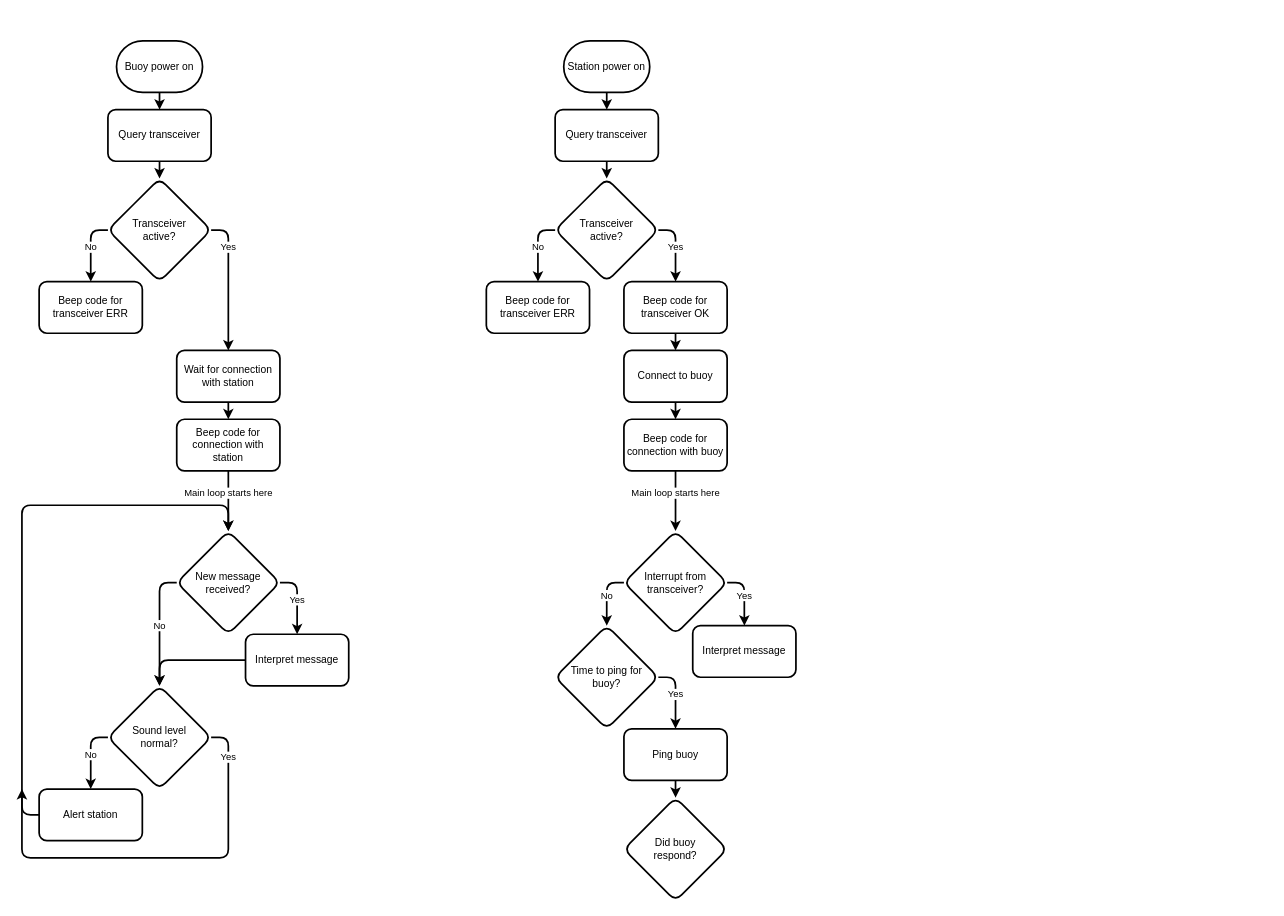
Above: page "Flowchart" (2 of 2) of notes/buoy-blueprint.drawio in Cyphred/boom-buoy (draw.io), before the change. Source tidied: cells renumbered, new cells numbered last; positions are measured from the earlier drawing's top-left corner, leaving out a move shared by most shapes. Both pictures are drawn from the tidied source at 86%, with x=0, y=0 at pixel (22, 40).
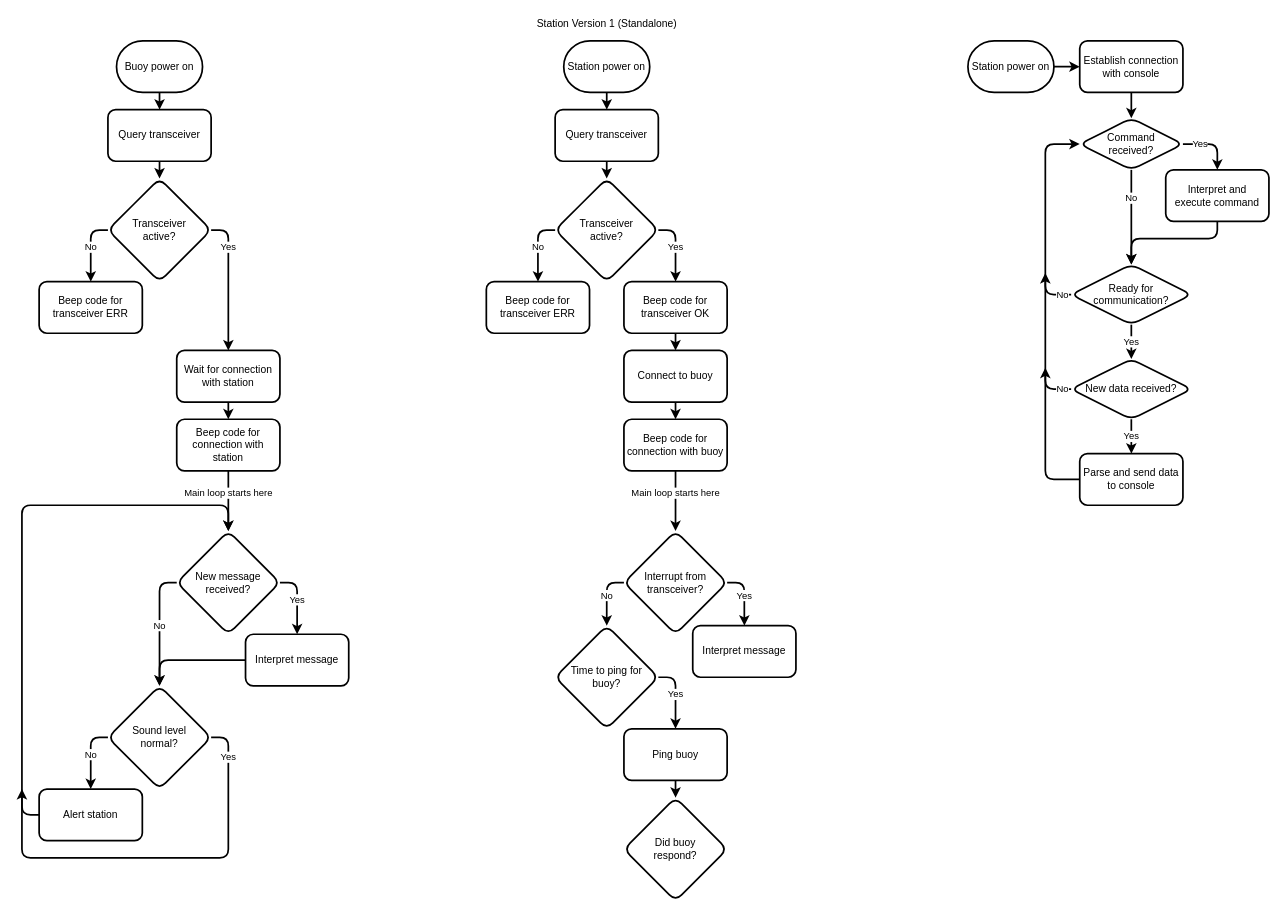
The same diagram, later.

Diff of the diagram source:
```diff
@@
+    <mxCell id="47" value="Station Version 1 (Standalone)" style="text;html=1;align=center;verticalAlign=middle;" parent="1" vertex="1">
+      <mxGeometry x="590" y="-30" width="180" height="20" as="geometry" />
+    </mxCell>
+    <mxCell id="48" style="edgeStyle=orthogonalEdgeStyle;rounded=1;jettySize=auto;html=1;entryX=0;entryY=0.5;entryDx=0;entryDy=0;strokeWidth=2;" parent="1" edge="1" source="49" target="51">
+      <mxGeometry relative="1" as="geometry" />
+    </mxCell>
+    <mxCell id="49" value="Station power on" style="strokeWidth=2;html=1;shape=mxgraph.flowchart.terminator;whiteSpace=wrap;" parent="1" vertex="1">
+      <mxGeometry x="1100" width="100" height="60" as="geometry" />
+    </mxCell>
+    <mxCell id="50" style="edgeStyle=orthogonalEdgeStyle;rounded=1;jettySize=auto;html=1;entryX=0.5;entryY=0;entryDx=0;entryDy=0;strokeWidth=2;" parent="1" edge="1" source="51" target="54">
+      <mxGeometry relative="1" as="geometry" />
+    </mxCell>
+    <mxCell id="51" value="Establish connection with console" style="rounded=1;whiteSpace=wrap;html=1;strokeWidth=2;" parent="1" vertex="1">
+      <mxGeometry x="1230" width="120" height="60" as="geometry" />
+    </mxCell>
+    <mxCell id="52" value="Yes" style="edgeStyle=orthogonalEdgeStyle;rounded=1;jettySize=auto;html=1;entryX=0.5;entryY=0;entryDx=0;entryDy=0;strokeWidth=2;exitX=1;exitY=0.5;exitDx=0;exitDy=0;" parent="1" edge="1" source="54" target="55">
+      <mxGeometry x="-0.43" relative="1" as="geometry" />
+    </mxCell>
+    <mxCell id="53" value="No" style="edgeStyle=orthogonalEdgeStyle;rounded=1;jettySize=auto;html=1;entryX=0.5;entryY=0;entryDx=0;entryDy=0;strokeWidth=2;" parent="1" edge="1" source="54" target="59">
+      <mxGeometry x="-0.4" relative="1" as="geometry" />
+    </mxCell>
+    <mxCell id="54" value="Command&lt;br&gt;received?" style="rhombus;whiteSpace=wrap;html=1;strokeWidth=2;fillColor=#ffffff;rounded=1;spacing=5;" parent="1" vertex="1">
+      <mxGeometry x="1230" y="90" width="120" height="60" as="geometry" />
+    </mxCell>
+    <mxCell id="55" value="Interpret and execute command" style="rounded=1;whiteSpace=wrap;html=1;strokeWidth=2;perimeterSpacing=0;spacing=5;spacingTop=0;spacingBottom=0;" parent="1" vertex="1">
+      <mxGeometry x="1330" y="150" width="120" height="60" as="geometry" />
+    </mxCell>
+    <mxCell id="56" style="endArrow=classic;html=1;strokeWidth=2;exitX=0.5;exitY=1;exitDx=0;exitDy=0;entryX=0.5;entryY=0;entryDx=0;entryDy=0;" parent="1" edge="1" source="55" target="59">
+      <mxGeometry relative="1" as="geometry">
+        <Array as="points">
+          <mxPoint x="1390" y="230" />
+          <mxPoint x="1290" y="230" />
+        </Array>
+      </mxGeometry>
+    </mxCell>
+    <mxCell id="57" value="No" style="edgeStyle=orthogonalEdgeStyle;rounded=1;jettySize=auto;html=1;entryX=0;entryY=0.5;entryDx=0;entryDy=0;strokeWidth=2;exitX=0;exitY=0.5;exitDx=0;exitDy=0;" parent="1" edge="1" source="59" target="54">
+      <mxGeometry x="-0.92" relative="1" as="geometry">
+        <Array as="points">
+          <mxPoint x="1190" y="295" />
+          <mxPoint x="1190" y="120" />
+        </Array>
+      </mxGeometry>
+    </mxCell>
+    <mxCell id="58" value="Yes" style="edgeStyle=orthogonalEdgeStyle;rounded=1;jettySize=auto;html=1;entryX=0.5;entryY=0;entryDx=0;entryDy=0;strokeWidth=2;" parent="1" edge="1" source="59" target="61">
+      <mxGeometry relative="1" as="geometry" />
+    </mxCell>
+    <mxCell id="59" value="Ready for communication?" style="rhombus;whiteSpace=wrap;html=1;strokeWidth=2;fillColor=#ffffff;rounded=1;spacing=5;" parent="1" vertex="1">
+      <mxGeometry x="1220" y="260" width="140" height="70" as="geometry" />
+    </mxCell>
+    <mxCell id="60" value="Yes" style="edgeStyle=orthogonalEdgeStyle;rounded=1;jettySize=auto;html=1;entryX=0.5;entryY=0;entryDx=0;entryDy=0;strokeWidth=2;" parent="1" edge="1" source="61" target="63">
+      <mxGeometry relative="1" as="geometry" />
+    </mxCell>
+    <mxCell id="61" value="New data received?" style="rhombus;whiteSpace=wrap;html=1;strokeWidth=2;fillColor=#ffffff;rounded=1;spacing=5;" parent="1" vertex="1">
+      <mxGeometry x="1220" y="370" width="140" height="70" as="geometry" />
+    </mxCell>
+    <mxCell id="62" value="No" style="endArrow=classic;html=1;strokeWidth=2;exitX=0;exitY=0.5;exitDx=0;exitDy=0;" parent="1" edge="1" source="61">
+      <mxGeometry x="-0.88" relative="1" as="geometry">
+        <mxPoint x="1190" y="270" as="targetPoint" />
+        <Array as="points">
+          <mxPoint x="1190" y="405" />
+        </Array>
+      </mxGeometry>
+    </mxCell>
+    <mxCell id="63" value="Parse and send data to console" style="rounded=1;whiteSpace=wrap;html=1;strokeWidth=2;perimeterSpacing=0;spacing=5;spacingTop=0;spacingBottom=0;" parent="1" vertex="1">
+      <mxGeometry x="1230" y="480" width="120" height="60" as="geometry" />
+    </mxCell>
+    <mxCell id="64" style="endArrow=classic;html=1;strokeWidth=2;exitX=0;exitY=0.5;exitDx=0;exitDy=0;" parent="1" edge="1" source="63">
+      <mxGeometry relative="1" as="geometry">
+        <mxPoint x="1190" y="380" as="targetPoint" />
+        <Array as="points">
+          <mxPoint x="1190" y="510" />
+        </Array>
+      </mxGeometry>
+    </mxCell>
```
